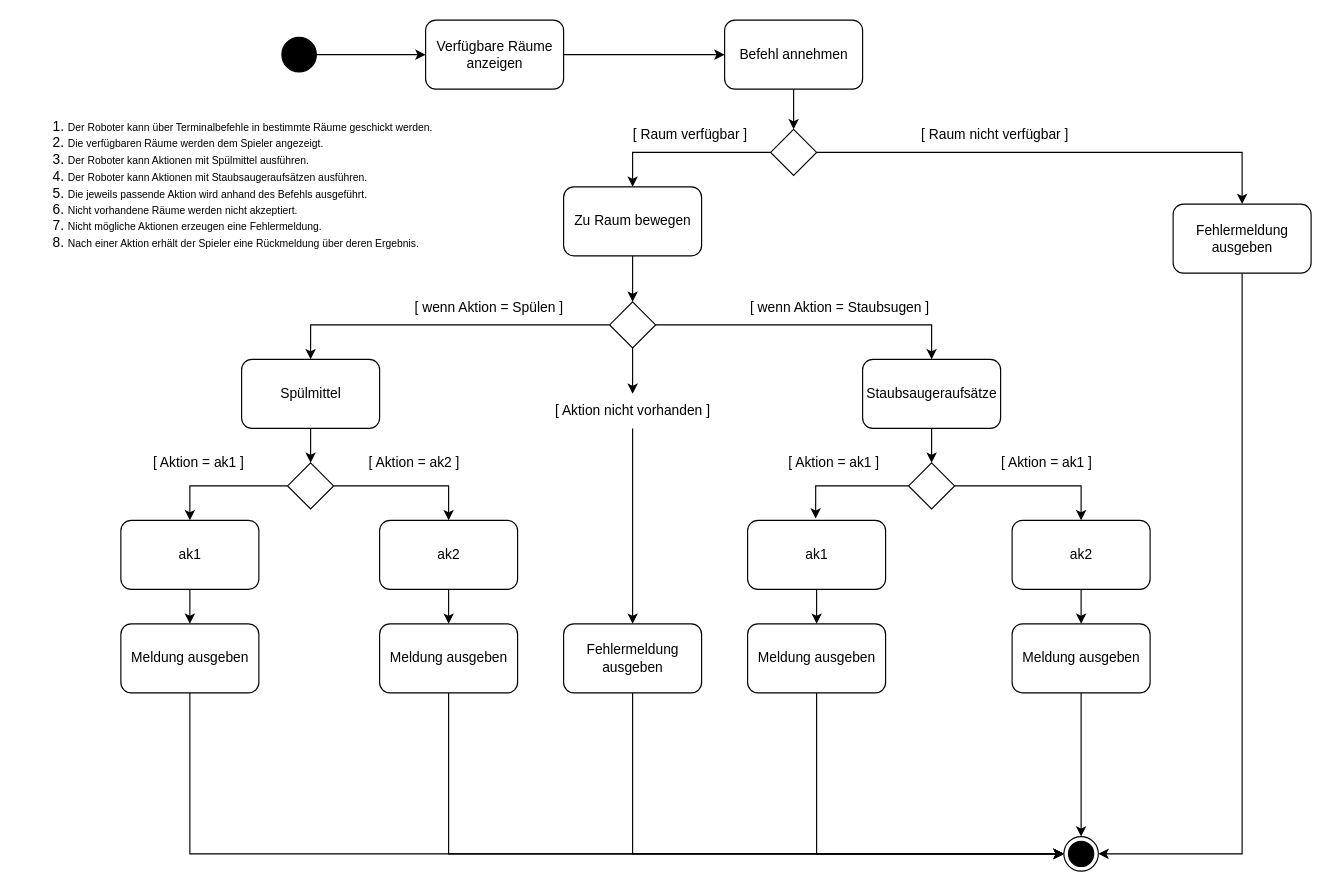
This is docs/diagrams/aktivitätsdiagramm_interaktion_2.drawio from Moewe-WHV/iSlave, a draw.io file, before an edit. Source tidied: cells renumbered, new cells numbered last; positions are measured from the earlier drawing's top-left corner, leaving out a move shared by most shapes. Both pictures are drawn from the tidied source at 115%, with x=0, y=0 at pixel (20, 20).
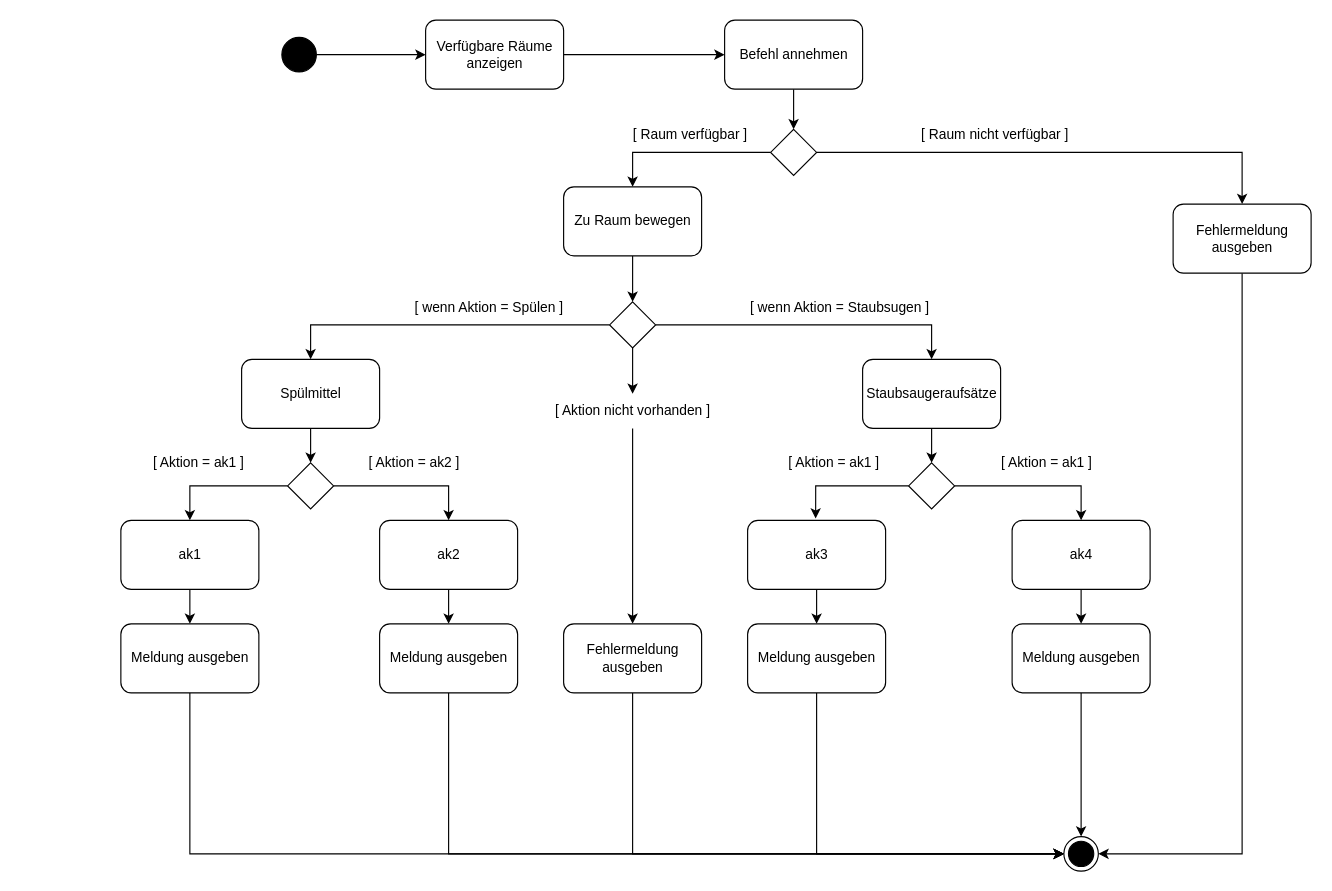
The same page after the edit.

Commit message:
Aktivitätsdiagramm für Interaktion 2 aktualisieren

Change to the diagram source:
```diff
@@
-    <mxCell id="40" value="ak1" style="rounded=1;whiteSpace=wrap;html=1;" parent="1" vertex="1">
+    <mxCell id="40" value="ak3" style="rounded=1;whiteSpace=wrap;html=1;" parent="1" vertex="1">
       <mxGeometry x="632.6" y="435" width="120" height="60" as="geometry" />
     </mxCell>
@@
-    <mxCell id="42" value="ak2" style="rounded=1;whiteSpace=wrap;html=1;" parent="1" vertex="1">
+    <mxCell id="42" value="ak4" style="rounded=1;whiteSpace=wrap;html=1;" parent="1" vertex="1">
       <mxGeometry x="862.6" y="435" width="120" height="60" as="geometry" />
     </mxCell>
@@
-    <mxCell id="52" value="&lt;div&gt;&lt;ol&gt;&lt;li&gt;&lt;font style=&quot;font-size: 9px;&quot; color=&quot;#000000&quot;&gt;Der Roboter kann über Terminalbefehle in bestimmte Räume geschickt werden.&lt;/font&gt;&lt;/li&gt;&lt;li&gt;&lt;font style=&quot;font-size: 9px;&quot; color=&quot;#000000&quot;&gt;Die verfügbaren Räume werden dem Spieler angezeigt.&lt;/font&gt;&lt;/li&gt;&lt;li&gt;&lt;font style=&quot;font-size: 9px;&quot; color=&quot;#000000&quot;&gt;Der Roboter kann Aktionen mit Spülmittel ausführen.&lt;/font&gt;&lt;/li&gt;&lt;li&gt;&lt;font style=&quot;font-size: 9px;&quot; color=&quot;#000000&quot;&gt;Der Roboter kann Aktionen mit Staubsaugeraufsätzen ausführen.&lt;/font&gt;&lt;/li&gt;&lt;li&gt;&lt;font style=&quot;font-size: 9px;&quot; color=&quot;#000000&quot;&gt;Die jeweils passende Aktion wird anhand des Befehls ausgeführt.&lt;/font&gt;&lt;/li&gt;&lt;li&gt;&lt;font style=&quot;font-size: 9px;&quot; color=&quot;#000000&quot;&gt;Nicht vorhandene Räume werden nicht akzeptiert.&lt;/font&gt;&lt;/li&gt;&lt;li&gt;&lt;font style=&quot;font-size: 9px;&quot; color=&quot;#000000&quot;&gt;Nicht mögliche Aktionen erzeugen eine Fehlermeldung.&lt;/font&gt;&lt;/li&gt;&lt;li&gt;&lt;font style=&quot;font-size: 9px;&quot; color=&quot;#000000&quot;&gt;Nach einer Aktion erhält der Spieler eine Rückmeldung über deren Ergebnis.&lt;/font&gt;&lt;/li&gt;&lt;/ol&gt;&lt;/div&gt;" style="text;html=1;align=left;verticalAlign=middle;whiteSpace=wrap;rounded=0;" parent="1" vertex="1">
-      <mxGeometry y="65" width="437.6" height="155" as="geometry" />
-    </mxCell>
```
